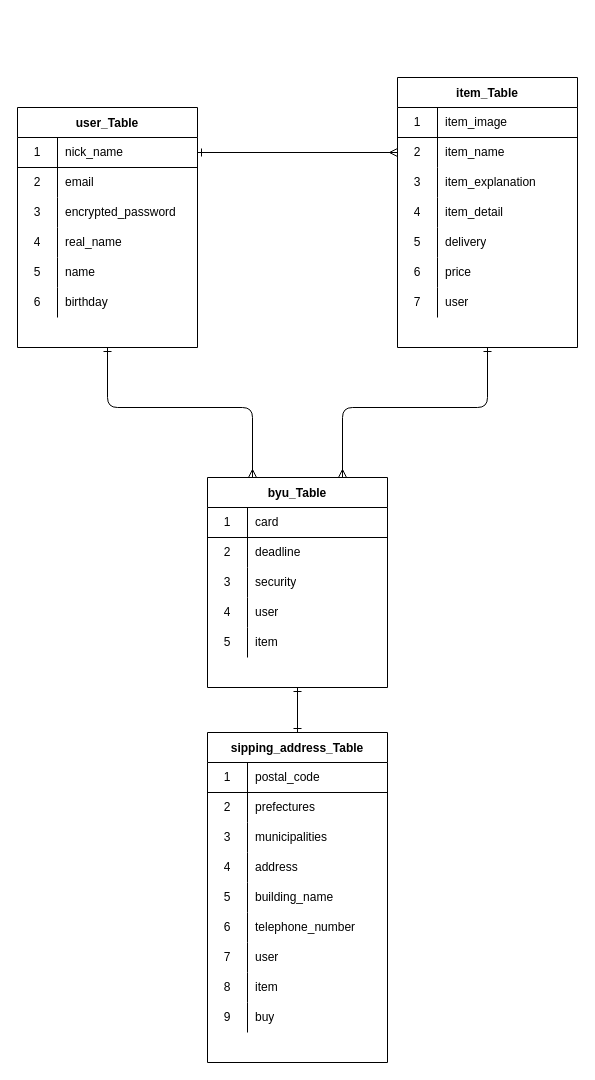
This is furima.dio from YuuTakamine/furima-37748, a draw.io file, before an edit. Source tidied: cells renumbered, new cells numbered last; positions are measured from the earlier drawing's top-left corner, leaving out a move shared by most shapes. Both pictures are drawn from the tidied source at 100%, with x=0, y=0 at pixel (17, 77).
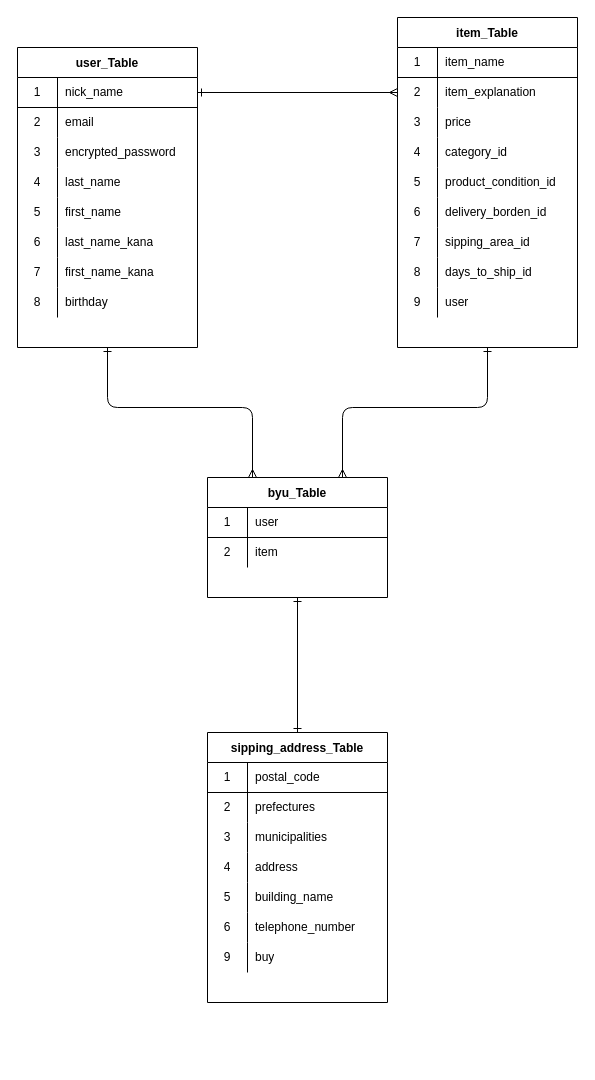
The same diagram, later.

Commit message:
データベース設計(５回目)

The change refers to these unchanged cells:
```xml
<mxCell id="13" style="shape=partialRectangle;html=1;whiteSpace=wrap;fillColor=none;top=0;left=0;bottom=0;right=0;" parent="3" vertex="1">
  <mxGeometry y="120" width="180" height="30" as="geometry" />
</mxCell>
<mxCell id="24" style="shape=partialRectangle;html=1;whiteSpace=wrap;fillColor=none;top=0;left=0;bottom=1;right=0;" parent="23" vertex="1">
  <mxGeometry y="30" width="180" height="30" as="geometry" />
</mxCell>
<mxCell id="27" style="shape=partialRectangle;html=1;whiteSpace=wrap;fillColor=none;top=0;left=0;bottom=0;right=0;points=[[0,0.5],[1,0.5]];portConstraint=eastwest;" parent="23" vertex="1">
  <mxGeometry y="60" width="180" height="30" as="geometry" />
</mxCell>
<mxCell id="30" style="shape=partialRectangle;html=1;whiteSpace=wrap;fillColor=none;top=0;left=0;bottom=0;right=0;" parent="23" vertex="1">
  <mxGeometry y="90" width="180" height="30" as="geometry" />
</mxCell>
<mxCell id="33" style="shape=partialRectangle;html=1;whiteSpace=wrap;fillColor=none;top=0;left=0;bottom=0;right=0;" parent="23" vertex="1">
  <mxGeometry y="120" width="180" height="30" as="geometry" />
</mxCell>
<mxCell id="36" style="shape=partialRectangle;html=1;whiteSpace=wrap;fillColor=none;top=0;left=0;bottom=0;right=0;" parent="23" vertex="1">
  <mxGeometry y="150" width="180" height="30" as="geometry" />
</mxCell>
<mxCell id="39" style="shape=partialRectangle;html=1;whiteSpace=wrap;fillColor=none;top=0;left=0;bottom=0;right=0;" parent="23" vertex="1">
  <mxGeometry y="180" width="180" height="30" as="geometry" />
</mxCell>
<mxCell id="42" style="shape=partialRectangle;html=1;whiteSpace=wrap;fillColor=none;top=0;left=0;bottom=0;right=0;" parent="23" vertex="1">
  <mxGeometry y="210" width="180" height="30" as="geometry" />
</mxCell>
<mxCell id="46" style="shape=partialRectangle;html=1;whiteSpace=wrap;fillColor=none;top=0;left=0;bottom=1;right=0;" parent="45" vertex="1">
  <mxGeometry y="30" width="180" height="30" as="geometry" />
</mxCell>
<mxCell id="49" style="shape=partialRectangle;html=1;whiteSpace=wrap;fillColor=none;top=0;left=0;bottom=0;right=0;" parent="45" vertex="1">
  <mxGeometry y="60" width="180" height="30" as="geometry" />
</mxCell>
```

Diff of the diagram source:
```diff
@@
     <mxCell id="3" value="user_Table" style="shape=table;startSize=30;childLayout=tableLayout;rowLines=0;fontStyle=1;align=center;" parent="1" vertex="1">
-      <mxGeometry y="30" width="180" height="240" as="geometry" />
+      <mxGeometry y="-30" width="180" height="300" as="geometry" />
     </mxCell>
@@
-    <mxCell id="15" value="real_name" style="shape=partialRectangle;html=1;whiteSpace=wrap;fillColor=none;top=0;left=0;bottom=0;right=0;align=left;spacingLeft=6;overflow=hidden;" parent="13" vertex="1">
+    <mxCell id="15" value="last_name" style="shape=partialRectangle;html=1;whiteSpace=wrap;fillColor=none;top=0;left=0;bottom=0;right=0;align=left;spacingLeft=6;overflow=hidden;" parent="13" vertex="1">
       <mxGeometry x="40" width="140" height="30" as="geometry" />
     </mxCell>
+    <mxCell id="58" style="shape=partialRectangle;html=1;whiteSpace=wrap;fillColor=none;top=0;left=0;bottom=0;right=0;" parent="3" vertex="1">
+      <mxGeometry y="150" width="180" height="30" as="geometry" />
+    </mxCell>
+    <mxCell id="59" value="5" style="shape=partialRectangle;html=1;whiteSpace=wrap;fillColor=none;top=0;left=0;bottom=0;right=0;overflow=hidden;" parent="58" vertex="1">
+      <mxGeometry width="40" height="30" as="geometry" />
+    </mxCell>
+    <mxCell id="91" value="first_name" style="shape=partialRectangle;html=1;whiteSpace=wrap;fillColor=none;top=0;left=0;bottom=0;right=0;align=left;spacingLeft=6;overflow=hidden;" parent="58" vertex="1">
+      <mxGeometry x="40" width="140" height="30" as="geometry" />
+    </mxCell>
+    <mxCell id="92" style="shape=partialRectangle;html=1;whiteSpace=wrap;fillColor=none;top=0;left=0;bottom=0;right=0;" parent="3" vertex="1">
+      <mxGeometry y="180" width="180" height="30" as="geometry" />
+    </mxCell>
+    <mxCell id="93" value="6" style="shape=partialRectangle;html=1;whiteSpace=wrap;fillColor=none;top=0;left=0;bottom=0;right=0;overflow=hidden;" parent="92" vertex="1">
+      <mxGeometry width="40" height="30" as="geometry" />
+    </mxCell>
+    <mxCell id="94" value="last_name_kana" style="shape=partialRectangle;html=1;whiteSpace=wrap;fillColor=none;top=0;left=0;bottom=0;right=0;align=left;spacingLeft=6;overflow=hidden;" parent="92" vertex="1">
+      <mxGeometry x="40" width="140" height="30" as="geometry" />
+    </mxCell>
     <mxCell id="16" style="shape=partialRectangle;html=1;whiteSpace=wrap;fillColor=none;top=0;left=0;bottom=0;right=0;" parent="3" vertex="1">
-      <mxGeometry y="150" width="180" height="30" as="geometry" />
+      <mxGeometry y="210" width="180" height="30" as="geometry" />
     </mxCell>
-    <mxCell id="17" value="5" style="shape=partialRectangle;html=1;whiteSpace=wrap;fillColor=none;top=0;left=0;bottom=0;right=0;overflow=hidden;" parent="16" vertex="1">
+    <mxCell id="17" value="7" style="shape=partialRectangle;html=1;whiteSpace=wrap;fillColor=none;top=0;left=0;bottom=0;right=0;overflow=hidden;" parent="16" vertex="1">
       <mxGeometry width="40" height="30" as="geometry" />
     </mxCell>
-    <mxCell id="18" value="name" style="shape=partialRectangle;html=1;whiteSpace=wrap;fillColor=none;top=0;left=0;bottom=0;right=0;align=left;spacingLeft=6;overflow=hidden;" parent="16" vertex="1">
+    <mxCell id="18" value="first_name_kana" style="shape=partialRectangle;html=1;whiteSpace=wrap;fillColor=none;top=0;left=0;bottom=0;right=0;align=left;spacingLeft=6;overflow=hidden;" parent="16" vertex="1">
       <mxGeometry x="40" width="140" height="30" as="geometry" />
     </mxCell>
     <mxCell id="19" style="shape=partialRectangle;html=1;whiteSpace=wrap;fillColor=none;top=0;left=0;bottom=0;right=0;" parent="3" vertex="1">
-      <mxGeometry y="180" width="180" height="30" as="geometry" />
+      <mxGeometry y="240" width="180" height="30" as="geometry" />
     </mxCell>
-    <mxCell id="20" value="6" style="shape=partialRectangle;html=1;whiteSpace=wrap;fillColor=none;top=0;left=0;bottom=0;right=0;overflow=hidden;" parent="19" vertex="1">
+    <mxCell id="20" value="8" style="shape=partialRectangle;html=1;whiteSpace=wrap;fillColor=none;top=0;left=0;bottom=0;right=0;overflow=hidden;" parent="19" vertex="1">
       <mxGeometry width="40" height="30" as="geometry" />
     </mxCell>
@@
     <mxCell id="23" value="item_Table" style="shape=table;startSize=30;childLayout=tableLayout;rowLines=0;fontStyle=1;align=center;" parent="1" vertex="1">
-      <mxGeometry x="380" width="180" height="270" as="geometry" />
+      <mxGeometry x="380" y="-60" width="180" height="330" as="geometry" />
     </mxCell>
@@
-    <mxCell id="26" value="item_image" style="shape=partialRectangle;html=1;whiteSpace=wrap;fillColor=none;top=0;left=0;bottom=0;right=0;align=left;spacingLeft=6;overflow=hidden;" parent="24" vertex="1">
+    <mxCell id="26" value="item_name" style="shape=partialRectangle;html=1;whiteSpace=wrap;fillColor=none;top=0;left=0;bottom=0;right=0;align=left;spacingLeft=6;overflow=hidden;" parent="24" vertex="1">
       <mxGeometry x="40" width="140" height="30" as="geometry" />
     </mxCell>
@@
-    <mxCell id="29" value="item_name" style="shape=partialRectangle;html=1;whiteSpace=wrap;fillColor=none;top=0;left=0;bottom=0;right=0;align=left;spacingLeft=6;overflow=hidden;" parent="27" vertex="1">
+    <mxCell id="29" value="item_explanation" style="shape=partialRectangle;html=1;whiteSpace=wrap;fillColor=none;top=0;left=0;bottom=0;right=0;align=left;spacingLeft=6;overflow=hidden;" parent="27" vertex="1">
       <mxGeometry x="40" width="140" height="30" as="geometry" />
     </mxCell>
@@
-    <mxCell id="32" value="item_explanation" style="shape=partialRectangle;html=1;whiteSpace=wrap;fillColor=none;top=0;left=0;bottom=0;right=0;align=left;spacingLeft=6;overflow=hidden;" parent="30" vertex="1">
+    <mxCell id="32" value="price" style="shape=partialRectangle;html=1;whiteSpace=wrap;fillColor=none;top=0;left=0;bottom=0;right=0;align=left;spacingLeft=6;overflow=hidden;" parent="30" vertex="1">
       <mxGeometry x="40" width="140" height="30" as="geometry" />
     </mxCell>
@@
-    <mxCell id="35" value="item_detail" style="shape=partialRectangle;html=1;whiteSpace=wrap;fillColor=none;top=0;left=0;bottom=0;right=0;align=left;spacingLeft=6;overflow=hidden;" parent="33" vertex="1">
+    <mxCell id="35" value="category_id" style="shape=partialRectangle;html=1;whiteSpace=wrap;fillColor=none;top=0;left=0;bottom=0;right=0;align=left;spacingLeft=6;overflow=hidden;" parent="33" vertex="1">
       <mxGeometry x="40" width="140" height="30" as="geometry" />
     </mxCell>
@@
-    <mxCell id="38" value="delivery" style="shape=partialRectangle;html=1;whiteSpace=wrap;fillColor=none;top=0;left=0;bottom=0;right=0;align=left;spacingLeft=6;overflow=hidden;" parent="36" vertex="1">
+    <mxCell id="38" value="product_condition_id" style="shape=partialRectangle;html=1;whiteSpace=wrap;fillColor=none;top=0;left=0;bottom=0;right=0;align=left;spacingLeft=6;overflow=hidden;" parent="36" vertex="1">
       <mxGeometry x="40" width="140" height="30" as="geometry" />
     </mxCell>
@@
-    <mxCell id="41" value="price" style="shape=partialRectangle;html=1;whiteSpace=wrap;fillColor=none;top=0;left=0;bottom=0;right=0;align=left;spacingLeft=6;overflow=hidden;" parent="39" vertex="1">
+    <mxCell id="41" value="delivery_borden_id" style="shape=partialRectangle;html=1;whiteSpace=wrap;fillColor=none;top=0;left=0;bottom=0;right=0;align=left;spacingLeft=6;overflow=hidden;" parent="39" vertex="1">
       <mxGeometry x="40" width="140" height="30" as="geometry" />
     </mxCell>
@@
-    <mxCell id="44" value="user" style="shape=partialRectangle;html=1;whiteSpace=wrap;fillColor=none;top=0;left=0;bottom=0;right=0;align=left;spacingLeft=6;overflow=hidden;" parent="42" vertex="1">
+    <mxCell id="44" value="sipping_area_id" style="shape=partialRectangle;html=1;whiteSpace=wrap;fillColor=none;top=0;left=0;bottom=0;right=0;align=left;spacingLeft=6;overflow=hidden;" parent="42" vertex="1">
       <mxGeometry x="40" width="140" height="30" as="geometry" />
     </mxCell>
+    <mxCell id="83" style="shape=partialRectangle;html=1;whiteSpace=wrap;fillColor=none;top=0;left=0;bottom=0;right=0;" parent="23" vertex="1">
+      <mxGeometry y="240" width="180" height="30" as="geometry" />
+    </mxCell>
+    <mxCell id="84" value="8" style="shape=partialRectangle;html=1;whiteSpace=wrap;fillColor=none;top=0;left=0;bottom=0;right=0;overflow=hidden;" parent="83" vertex="1">
+      <mxGeometry width="40" height="30" as="geometry" />
+    </mxCell>
+    <mxCell id="95" value="days_to_ship_id" style="shape=partialRectangle;html=1;whiteSpace=wrap;fillColor=none;top=0;left=0;bottom=0;right=0;align=left;spacingLeft=6;overflow=hidden;" parent="83" vertex="1">
+      <mxGeometry x="40" width="140" height="30" as="geometry" />
+    </mxCell>
+    <mxCell id="96" style="shape=partialRectangle;html=1;whiteSpace=wrap;fillColor=none;top=0;left=0;bottom=0;right=0;" parent="23" vertex="1">
+      <mxGeometry y="270" width="180" height="30" as="geometry" />
+    </mxCell>
+    <mxCell id="97" value="9" style="shape=partialRectangle;html=1;whiteSpace=wrap;fillColor=none;top=0;left=0;bottom=0;right=0;overflow=hidden;" parent="96" vertex="1">
+      <mxGeometry width="40" height="30" as="geometry" />
+    </mxCell>
+    <mxCell id="98" value="user" style="shape=partialRectangle;html=1;whiteSpace=wrap;fillColor=none;top=0;left=0;bottom=0;right=0;align=left;spacingLeft=6;overflow=hidden;" parent="96" vertex="1">
+      <mxGeometry x="40" width="140" height="30" as="geometry" />
+    </mxCell>
     <mxCell id="45" value="byu_Table" style="shape=table;startSize=30;childLayout=tableLayout;rowLines=0;fontStyle=1;align=center;" parent="1" vertex="1">
-      <mxGeometry x="190" y="400" width="180" height="210" as="geometry" />
+      <mxGeometry x="190" y="400" width="180" height="120" as="geometry" />
     </mxCell>
@@
-    <mxCell id="48" value="card" style="shape=partialRectangle;html=1;whiteSpace=wrap;fillColor=none;top=0;left=0;bottom=0;right=0;align=left;spacingLeft=6;overflow=hidden;" parent="46" vertex="1">
+    <mxCell id="48" value="user" style="shape=partialRectangle;html=1;whiteSpace=wrap;fillColor=none;top=0;left=0;bottom=0;right=0;align=left;spacingLeft=6;overflow=hidden;" parent="46" vertex="1">
       <mxGeometry x="40" width="140" height="30" as="geometry" />
     </mxCell>
@@
-    <mxCell id="51" value="deadline" style="shape=partialRectangle;html=1;whiteSpace=wrap;fillColor=none;top=0;left=0;bottom=0;right=0;align=left;spacingLeft=6;overflow=hidden;" parent="49" vertex="1">
+    <mxCell id="51" value="item" style="shape=partialRectangle;html=1;whiteSpace=wrap;fillColor=none;top=0;left=0;bottom=0;right=0;align=left;spacingLeft=6;overflow=hidden;" parent="49" vertex="1">
       <mxGeometry x="40" width="140" height="30" as="geometry" />
     </mxCell>
-    <mxCell id="52" style="shape=partialRectangle;html=1;whiteSpace=wrap;fillColor=none;top=0;left=0;bottom=0;right=0;" parent="45" vertex="1">
-      <mxGeometry y="90" width="180" height="30" as="geometry" />
-    </mxCell>
-    <mxCell id="53" value="3" style="shape=partialRectangle;html=1;whiteSpace=wrap;fillColor=none;top=0;left=0;bottom=0;right=0;overflow=hidden;" parent="52" vertex="1">
-      <mxGeometry width="40" height="30" as="geometry" />
-    </mxCell>
-    <mxCell id="54" value="security" style="shape=partialRectangle;html=1;whiteSpace=wrap;fillColor=none;top=0;left=0;bottom=0;right=0;align=left;spacingLeft=6;overflow=hidden;" parent="52" vertex="1">
-      <mxGeometry x="40" width="140" height="30" as="geometry" />
-    </mxCell>
-    <mxCell id="55" style="shape=partialRectangle;html=1;whiteSpace=wrap;fillColor=none;top=0;left=0;bottom=0;right=0;" parent="45" vertex="1">
-      <mxGeometry y="120" width="180" height="30" as="geometry" />
-    </mxCell>
-    <mxCell id="56" value="4" style="shape=partialRectangle;html=1;whiteSpace=wrap;fillColor=none;top=0;left=0;bottom=0;right=0;overflow=hidden;" parent="55" vertex="1">
-      <mxGeometry width="40" height="30" as="geometry" />
-    </mxCell>
-    <mxCell id="57" value="user" style="shape=partialRectangle;html=1;whiteSpace=wrap;fillColor=none;top=0;left=0;bottom=0;right=0;align=left;spacingLeft=6;overflow=hidden;" parent="55" vertex="1">
-      <mxGeometry x="40" width="140" height="30" as="geometry" />
-    </mxCell>
-    <mxCell id="58" style="shape=partialRectangle;html=1;whiteSpace=wrap;fillColor=none;top=0;left=0;bottom=0;right=0;" parent="45" vertex="1">
-      <mxGeometry y="150" width="180" height="30" as="geometry" />
-    </mxCell>
-    <mxCell id="59" value="5" style="shape=partialRectangle;html=1;whiteSpace=wrap;fillColor=none;top=0;left=0;bottom=0;right=0;overflow=hidden;" parent="58" vertex="1">
-      <mxGeometry width="40" height="30" as="geometry" />
-    </mxCell>
-    <mxCell id="60" value="item" style="shape=partialRectangle;html=1;whiteSpace=wrap;fillColor=none;top=0;left=0;bottom=0;right=0;align=left;spacingLeft=6;overflow=hidden;" parent="58" vertex="1">
-      <mxGeometry x="40" width="140" height="30" as="geometry" />
-    </mxCell>
     <mxCell id="61" value="sipping_address_Table" style="shape=table;startSize=30;childLayout=tableLayout;rowLines=0;fontStyle=1;align=center;" parent="1" vertex="1">
-      <mxGeometry x="190" y="655" width="180" height="330" as="geometry" />
+      <mxGeometry x="190" y="655" width="180" height="270" as="geometry" />
     </mxCell>
@@
-    <mxCell id="80" style="shape=partialRectangle;html=1;whiteSpace=wrap;fillColor=none;top=0;left=0;bottom=0;right=0;" parent="61" vertex="1">
-      <mxGeometry y="210" width="180" height="30" as="geometry" />
-    </mxCell>
-    <mxCell id="81" value="7" style="shape=partialRectangle;html=1;whiteSpace=wrap;fillColor=none;top=0;left=0;bottom=0;right=0;overflow=hidden;" parent="80" vertex="1">
-      <mxGeometry width="40" height="30" as="geometry" />
-    </mxCell>
-    <mxCell id="82" value="user" style="shape=partialRectangle;html=1;whiteSpace=wrap;fillColor=none;top=0;left=0;bottom=0;right=0;align=left;spacingLeft=6;overflow=hidden;" parent="80" vertex="1">
-      <mxGeometry x="40" width="140" height="30" as="geometry" />
-    </mxCell>
-    <mxCell id="83" style="shape=partialRectangle;html=1;whiteSpace=wrap;fillColor=none;top=0;left=0;bottom=0;right=0;" parent="61" vertex="1">
-      <mxGeometry y="240" width="180" height="30" as="geometry" />
-    </mxCell>
-    <mxCell id="84" value="8" style="shape=partialRectangle;html=1;whiteSpace=wrap;fillColor=none;top=0;left=0;bottom=0;right=0;overflow=hidden;" parent="83" vertex="1">
-      <mxGeometry width="40" height="30" as="geometry" />
-    </mxCell>
-    <mxCell id="85" value="item" style="shape=partialRectangle;html=1;whiteSpace=wrap;fillColor=none;top=0;left=0;bottom=0;right=0;align=left;spacingLeft=6;overflow=hidden;" parent="83" vertex="1">
-      <mxGeometry x="40" width="140" height="30" as="geometry" />
-    </mxCell>
     <mxCell id="86" style="shape=partialRectangle;html=1;whiteSpace=wrap;fillColor=none;top=0;left=0;bottom=0;right=0;" parent="61" vertex="1">
-      <mxGeometry y="270" width="180" height="30" as="geometry" />
+      <mxGeometry y="210" width="180" height="30" as="geometry" />
     </mxCell>
```
